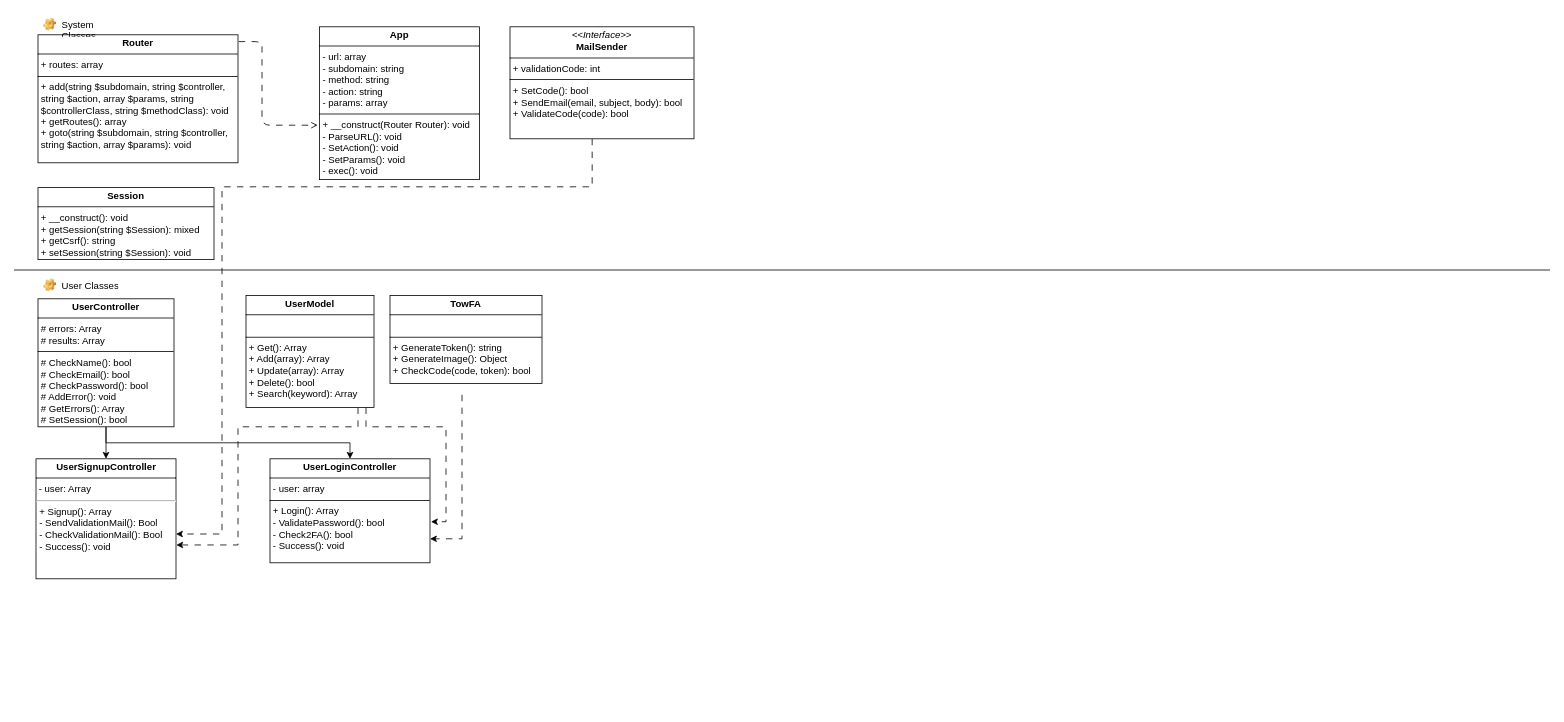
This is docs/Untitled Diagram.drawio from mohamedsaleh077/store.com, a draw.io file, before an edit. Source tidied: cells renumbered, new cells numbered last; positions are measured from the earlier drawing's top-left corner, leaving out a move shared by most shapes. Both pictures are drawn from the tidied source at 80%, with x=0, y=0 at pixel (14, 14).
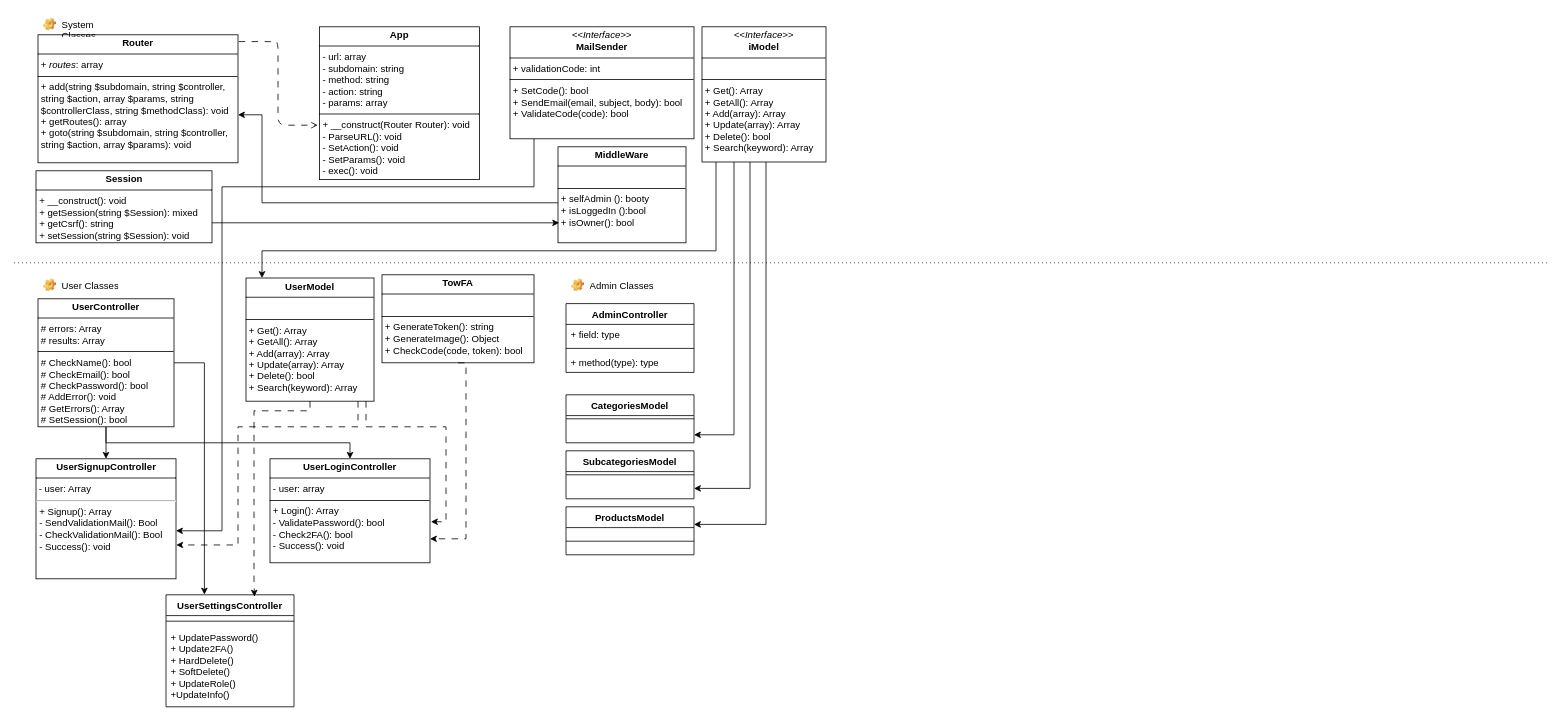
After the change.

The change refers to these unchanged cells:
```xml
<mxCell id="2" value="&lt;p style=&quot;margin:0px;margin-top:4px;text-align:center;&quot;&gt;&lt;b&gt;App&lt;/b&gt;&lt;/p&gt;&lt;hr size=&quot;1&quot; style=&quot;border-style:solid;&quot;&gt;&lt;p style=&quot;margin:0px;margin-left:4px;&quot;&gt;- url: array&lt;/p&gt;&lt;p style=&quot;margin:0px;margin-left:4px;&quot;&gt;- subdomain: string&lt;/p&gt;&lt;p style=&quot;margin:0px;margin-left:4px;&quot;&gt;- method: string&lt;/p&gt;&lt;p style=&quot;margin:0px;margin-left:4px;&quot;&gt;- action: string&lt;/p&gt;&lt;p style=&quot;margin:0px;margin-left:4px;&quot;&gt;- params: array&lt;/p&gt;&lt;hr size=&quot;1&quot; style=&quot;border-style:solid;&quot;&gt;&lt;p style=&quot;margin:0px;margin-left:4px;&quot;&gt;+ __construct(Router Router): void&lt;/p&gt;&lt;p style=&quot;margin:0px;margin-left:4px;&quot;&gt;-&amp;nbsp;ParseURL(): void&lt;/p&gt;&lt;p style=&quot;margin:0px;margin-left:4px;&quot;&gt;-&amp;nbsp;SetAction(): void&lt;/p&gt;&lt;p style=&quot;margin:0px;margin-left:4px;&quot;&gt;-&amp;nbsp;SetParams(): void&lt;/p&gt;&lt;p style=&quot;margin:0px;margin-left:4px;&quot;&gt;- exec(): void&lt;/p&gt;" style="verticalAlign=top;align=left;overflow=fill;html=1;whiteSpace=wrap;" parent="1" vertex="1">
  <mxGeometry x="382" y="16" width="200" height="191" as="geometry" />
</mxCell>
<mxCell id="8" value="&lt;p style=&quot;margin:0px;margin-top:4px;text-align:center;&quot;&gt;&lt;b&gt;UserController&lt;/b&gt;&lt;/p&gt;&lt;hr size=&quot;1&quot; style=&quot;border-style:solid;&quot;&gt;&lt;p style=&quot;margin:0px;margin-left:4px;&quot;&gt;# errors: Array&lt;/p&gt;&lt;p style=&quot;margin:0px;margin-left:4px;&quot;&gt;# results: Array&lt;/p&gt;&lt;hr size=&quot;1&quot; style=&quot;border-style:solid;&quot;&gt;&lt;p style=&quot;margin:0px;margin-left:4px;&quot;&gt;# CheckName(): bool&lt;/p&gt;&lt;p style=&quot;margin:0px;margin-left:4px;&quot;&gt;# CheckEmail(): bool&lt;/p&gt;&lt;p style=&quot;margin:0px;margin-left:4px;&quot;&gt;# CheckPassword(): bool&lt;/p&gt;&lt;p style=&quot;margin:0px;margin-left:4px;&quot;&gt;# AddError(): void&lt;/p&gt;&lt;p style=&quot;margin:0px;margin-left:4px;&quot;&gt;# GetErrors(): Array&lt;/p&gt;&lt;p style=&quot;margin:0px;margin-left:4px;&quot;&gt;# SetSession(): bool&lt;/p&gt;" style="verticalAlign=top;align=left;overflow=fill;html=1;whiteSpace=wrap;" parent="1" vertex="1">
  <mxGeometry x="30" y="356" width="170" height="160" as="geometry" />
</mxCell>
<mxCell id="11" value="&lt;p style=&quot;margin:0px;margin-top:4px;text-align:center;&quot;&gt;&lt;b&gt;UserSignupController&lt;/b&gt;&lt;/p&gt;&lt;hr size=&quot;1&quot; style=&quot;border-style:solid;&quot;&gt;&amp;nbsp;- user: Array&lt;br&gt;&lt;p style=&quot;margin:0px;margin-left:4px;&quot;&gt;&lt;/p&gt;&lt;hr&gt;&lt;p style=&quot;margin:0px;margin-left:4px;&quot;&gt;+ Signup(): Array&lt;/p&gt;&lt;p style=&quot;margin:0px;margin-left:4px;&quot;&gt;- SendValidationMail(): Bool&lt;/p&gt;&lt;p style=&quot;margin:0px;margin-left:4px;&quot;&gt;- CheckValidationMail(): Bool&lt;/p&gt;&lt;p style=&quot;margin:0px;margin-left:4px;&quot;&gt;- Success(): void&lt;/p&gt;" style="verticalAlign=top;align=left;overflow=fill;html=1;whiteSpace=wrap;" parent="1" vertex="1">
  <mxGeometry x="27.5" y="556" width="175" height="150" as="geometry" />
</mxCell>
```

The edit, as a diff of the source:
```diff
@@
-    <mxCell id="3" value="&lt;p style=&quot;margin:0px;margin-top:4px;text-align:center;&quot;&gt;&lt;b&gt;Router&lt;/b&gt;&lt;/p&gt;&lt;hr size=&quot;1&quot; style=&quot;border-style:solid;&quot;&gt;&lt;p style=&quot;margin:0px;margin-left:4px;&quot;&gt;+ routes: array&lt;/p&gt;&lt;hr size=&quot;1&quot; style=&quot;border-style:solid;&quot;&gt;&lt;p style=&quot;margin:0px;margin-left:4px;&quot;&gt;+ add(string $subdomain, string $controller, string $action, array $params, string $controllerClass, string $methodClass): void&lt;/p&gt;&lt;p style=&quot;margin:0px;margin-left:4px;&quot;&gt;+ getRoutes(): array&lt;/p&gt;&lt;p style=&quot;margin:0px;margin-left:4px;&quot;&gt;+ goto(&lt;span style=&quot;background-color: transparent; color: light-dark(rgb(0, 0, 0), rgb(255, 255, 255));&quot;&gt;string $subdomain, string $controller, string $action, array $params): void&lt;/span&gt;&lt;/p&gt;" style="verticalAlign=top;align=left;overflow=fill;html=1;whiteSpace=wrap;" parent="1" vertex="1">
+    <mxCell id="3" value="&lt;p style=&quot;margin:0px;margin-top:4px;text-align:center;&quot;&gt;&lt;b&gt;Router&lt;/b&gt;&lt;/p&gt;&lt;hr size=&quot;1&quot; style=&quot;border-style:solid;&quot;&gt;&lt;p style=&quot;margin:0px;margin-left:4px;&quot;&gt;+ &lt;i&gt;routes&lt;/i&gt;: array&lt;/p&gt;&lt;hr size=&quot;1&quot; style=&quot;border-style:solid;&quot;&gt;&lt;p style=&quot;margin:0px;margin-left:4px;&quot;&gt;+ add(string $subdomain, string $controller, string $action, array $params, string $controllerClass, string $methodClass): void&lt;/p&gt;&lt;p style=&quot;margin:0px;margin-left:4px;&quot;&gt;+ getRoutes(): array&lt;/p&gt;&lt;p style=&quot;margin:0px;margin-left:4px;&quot;&gt;+ goto(&lt;span style=&quot;background-color: transparent; color: light-dark(rgb(0, 0, 0), rgb(255, 255, 255));&quot;&gt;string $subdomain, string $controller, string $action, array $params): void&lt;/span&gt;&lt;/p&gt;" style="verticalAlign=top;align=left;overflow=fill;html=1;whiteSpace=wrap;" parent="1" vertex="1">
       <mxGeometry x="30" y="26" width="250" height="160" as="geometry" />
     </mxCell>
     <mxCell id="4" style="endArrow=open;endFill=0;html=1;edgeStyle=orthogonalEdgeStyle;align=left;verticalAlign=top;rounded=1;exitX=1.004;exitY=0.053;exitDx=0;exitDy=0;exitPerimeter=0;dashed=1;dashPattern=8 8;curved=0;entryX=-0.012;entryY=0.644;entryDx=0;entryDy=0;entryPerimeter=0;" parent="1" edge="1" source="3" target="2">
       <mxGeometry x="-1" relative="1" as="geometry">
         <Array as="points">
-          <mxPoint x="310" y="45" />
-          <mxPoint x="310" y="139" />
-          <mxPoint x="348" y="139" />
+          <mxPoint x="320" y="35" />
+          <mxPoint x="330" y="35" />
+          <mxPoint x="330" y="139" />
         </Array>
       </mxGeometry>
     </mxCell>
     <mxCell id="5" value="&lt;p style=&quot;margin:0px;margin-top:4px;text-align:center;&quot;&gt;&lt;b&gt;Session&lt;/b&gt;&lt;/p&gt;&lt;hr size=&quot;1&quot; style=&quot;border-style:solid;&quot;&gt;&lt;p style=&quot;margin:0px;margin-left:4px;&quot;&gt;+ __construct(): void&lt;/p&gt;&lt;p style=&quot;margin:0px;margin-left:4px;&quot;&gt;+ getSession(string $Session): mixed&lt;/p&gt;&lt;p style=&quot;margin:0px;margin-left:4px;&quot;&gt;+ getCsrf(): string&lt;/p&gt;&lt;p style=&quot;margin:0px;margin-left:4px;&quot;&gt;+ setSession(string $Session): void&lt;/p&gt;" style="verticalAlign=top;align=left;overflow=fill;html=1;whiteSpace=wrap;" parent="1" vertex="1">
-      <mxGeometry x="30" y="217" width="220" height="90" as="geometry" />
+      <mxGeometry x="27.5" y="196" width="220" height="90" as="geometry" />
     </mxCell>
@@
-    <mxCell id="12" value="&amp;nbsp; &amp;nbsp; &amp;nbsp; &amp;nbsp; &amp;nbsp; " style="edgeStyle=orthogonalEdgeStyle;rounded=0;jettySize=auto;html=1;dashed=1;dashPattern=8 8;" parent="1" edge="1" target="11">
-      <mxGeometry x="-0.01" y="10" relative="1" as="geometry">
-        <mxPoint x="722.7" y="156" as="sourcePoint" />
+    <mxCell id="12" value="&amp;nbsp; &amp;nbsp; &amp;nbsp; &amp;nbsp; &amp;nbsp; " style="edgeStyle=orthogonalEdgeStyle;rounded=0;orthogonalLoop=1;jettySize=auto;html=1;" parent="1" edge="1">
+      <mxGeometry x="-0.12" y="-16" relative="1" as="geometry">
+        <mxPoint x="650" y="146" as="sourcePoint" />
+        <mxPoint x="202.5" y="646" as="targetPoint" />
         <Array as="points">
-          <mxPoint x="723" y="216" />
+          <mxPoint x="650" y="216" />
           <mxPoint x="260" y="216" />
-          <mxPoint x="260" y="650" />
+          <mxPoint x="260" y="646" />
         </Array>
       </mxGeometry>
     </mxCell>
@@
-    <mxCell id="15" value="&lt;p style=&quot;margin:0px;margin-top:4px;text-align:center;&quot;&gt;&lt;b&gt;UserModel&lt;/b&gt;&lt;/p&gt;&lt;hr size=&quot;1&quot; style=&quot;border-style:solid;&quot;&gt;&lt;p style=&quot;margin:0px;margin-left:4px;&quot;&gt;&lt;br&gt;&lt;/p&gt;&lt;hr size=&quot;1&quot; style=&quot;border-style:solid;&quot;&gt;&lt;p style=&quot;margin:0px;margin-left:4px;&quot;&gt;+ Get(): Array&lt;/p&gt;&lt;p style=&quot;margin:0px;margin-left:4px;&quot;&gt;+ Add(array): Array&lt;/p&gt;&lt;p style=&quot;margin:0px;margin-left:4px;&quot;&gt;+ Update(array): Array&lt;/p&gt;&lt;p style=&quot;margin:0px;margin-left:4px;&quot;&gt;+ Delete(): bool&lt;/p&gt;&lt;p style=&quot;margin:0px;margin-left:4px;&quot;&gt;+ Search(keyword): Array&lt;/p&gt;" style="verticalAlign=top;align=left;overflow=fill;html=1;whiteSpace=wrap;" parent="1" vertex="1">
-      <mxGeometry x="290" y="352" width="160" height="140" as="geometry" />
+    <mxCell id="15" value="&lt;p style=&quot;margin:0px;margin-top:4px;text-align:center;&quot;&gt;&lt;b&gt;UserModel&lt;/b&gt;&lt;/p&gt;&lt;hr size=&quot;1&quot; style=&quot;border-style:solid;&quot;&gt;&lt;p style=&quot;margin:0px;margin-left:4px;&quot;&gt;&lt;br&gt;&lt;/p&gt;&lt;hr size=&quot;1&quot; style=&quot;border-style:solid;&quot;&gt;&lt;p style=&quot;margin:0px;margin-left:4px;&quot;&gt;+ Get(): Array&lt;/p&gt;&lt;p style=&quot;margin:0px;margin-left:4px;&quot;&gt;+ GetAll(): Array&lt;/p&gt;&lt;p style=&quot;margin:0px;margin-left:4px;&quot;&gt;+ Add(array): Array&lt;/p&gt;&lt;p style=&quot;margin:0px;margin-left:4px;&quot;&gt;+ Update(array): Array&lt;/p&gt;&lt;p style=&quot;margin:0px;margin-left:4px;&quot;&gt;+ Delete(): bool&lt;/p&gt;&lt;p style=&quot;margin:0px;margin-left:4px;&quot;&gt;+ Search(keyword): Array&lt;/p&gt;" style="verticalAlign=top;align=left;overflow=fill;html=1;whiteSpace=wrap;" parent="1" vertex="1">
+      <mxGeometry x="290" y="330" width="160" height="154" as="geometry" />
     </mxCell>
     <mxCell id="16" value="&lt;p style=&quot;margin:0px;margin-top:4px;text-align:center;&quot;&gt;&lt;b&gt;TowFA&lt;/b&gt;&lt;/p&gt;&lt;hr size=&quot;1&quot; style=&quot;border-style:solid;&quot;&gt;&lt;p style=&quot;margin:0px;margin-left:4px;&quot;&gt;&lt;br&gt;&lt;/p&gt;&lt;hr size=&quot;1&quot; style=&quot;border-style:solid;&quot;&gt;&lt;p style=&quot;margin:0px;margin-left:4px;&quot;&gt;+ GenerateToken(): string&lt;/p&gt;&lt;p style=&quot;margin:0px;margin-left:4px;&quot;&gt;+ GenerateImage(): Object&lt;/p&gt;&lt;p style=&quot;margin:0px;margin-left:4px;&quot;&gt;+ CheckCode(code, token): bool&lt;/p&gt;" style="verticalAlign=top;align=left;overflow=fill;html=1;whiteSpace=wrap;" parent="1" vertex="1">
-      <mxGeometry x="470" y="352" width="190" height="110" as="geometry" />
+      <mxGeometry x="460" y="326" width="190" height="110" as="geometry" />
     </mxCell>
@@
-    <mxCell id="18" style="edgeStyle=orthogonalEdgeStyle;rounded=0;orthogonalLoop=1;jettySize=auto;html=1;dashed=1;dashPattern=8 8;" parent="1" edge="1">
+    <mxCell id="18" style="edgeStyle=orthogonalEdgeStyle;rounded=0;jettySize=auto;html=1;dashed=1;dashPattern=8 8;exitX=0.5;exitY=1;exitDx=0;exitDy=0;" parent="1" edge="1" source="16">
       <mxGeometry relative="1" as="geometry">
-        <mxPoint x="560" y="476" as="sourcePoint" />
         <mxPoint x="520" y="656" as="targetPoint" />
         <Array as="points">
-          <mxPoint x="560" y="656" />
-          <mxPoint x="522" y="656" />
+          <mxPoint x="565" y="656" />
         </Array>
       </mxGeometry>
     </mxCell>
@@
-    <mxCell id="20" style="line;strokeWidth=1;fillColor=none;align=left;verticalAlign=middle;spacingTop=-1;spacingLeft=3;spacingRight=3;labelPosition=right;strokeColor=inherit;" parent="1" vertex="1">
-      <mxGeometry y="316" width="1920" height="8" as="geometry" />
+    <mxCell id="20" style="line;strokeWidth=1;fillColor=none;align=left;verticalAlign=middle;spacingTop=-1;spacingLeft=3;spacingRight=3;labelPosition=right;strokeColor=inherit;dashed=1;dashPattern=1 4;" parent="1" vertex="1">
+      <mxGeometry y="307" width="1920" height="8" as="geometry" />
     </mxCell>
+    <mxCell id="21" style="edgeStyle=orthogonalEdgeStyle;rounded=0;orthogonalLoop=1;jettySize=auto;html=1;" parent="1" edge="1">
+      <mxGeometry relative="1" as="geometry">
+        <mxPoint x="877.5" y="185" as="sourcePoint" />
+        <mxPoint x="310" y="330" as="targetPoint" />
+        <Array as="points">
+          <mxPoint x="878" y="296" />
+          <mxPoint x="310" y="296" />
+        </Array>
+      </mxGeometry>
+    </mxCell>
+    <mxCell id="22" style="edgeStyle=orthogonalEdgeStyle;rounded=0;jettySize=auto;html=1;" parent="1" edge="1" source="25" target="39">
+      <mxGeometry relative="1" as="geometry">
+        <Array as="points">
+          <mxPoint x="900" y="526" />
+        </Array>
+      </mxGeometry>
+    </mxCell>
+    <mxCell id="23" style="edgeStyle=orthogonalEdgeStyle;rounded=0;jettySize=auto;html=1;entryX=1;entryY=0.5;entryDx=0;entryDy=0;" parent="1" edge="1" source="25" target="44">
+      <mxGeometry relative="1" as="geometry">
+        <Array as="points">
+          <mxPoint x="920" y="593" />
+        </Array>
+      </mxGeometry>
+    </mxCell>
+    <mxCell id="24" style="edgeStyle=orthogonalEdgeStyle;rounded=0;orthogonalLoop=1;jettySize=auto;html=1;entryX=1;entryY=0.25;entryDx=0;entryDy=0;" parent="1" edge="1">
+      <mxGeometry relative="1" as="geometry">
+        <mxPoint x="992.5" y="176" as="sourcePoint" />
+        <mxPoint x="850" y="638" as="targetPoint" />
+        <Array as="points">
+          <mxPoint x="940" y="176" />
+          <mxPoint x="940" y="638" />
+        </Array>
+      </mxGeometry>
+    </mxCell>
+    <mxCell id="25" value="&lt;p style=&quot;margin:0px;margin-top:4px;text-align:center;&quot;&gt;&lt;i&gt;&amp;lt;&amp;lt;Interface&amp;gt;&amp;gt;&lt;/i&gt;&lt;br&gt;&lt;b&gt;iModel&lt;/b&gt;&lt;/p&gt;&lt;hr size=&quot;1&quot; style=&quot;border-style:solid;&quot;&gt;&lt;p style=&quot;margin:0px;margin-left:4px;&quot;&gt;&lt;br&gt;&lt;/p&gt;&lt;hr size=&quot;1&quot; style=&quot;border-style:solid;&quot;&gt;&lt;p style=&quot;margin: 0px 0px 0px 4px;&quot;&gt;+ Get(): Array&lt;/p&gt;&lt;p style=&quot;margin: 0px 0px 0px 4px;&quot;&gt;+ GetAll(): Array&lt;/p&gt;&lt;p style=&quot;margin: 0px 0px 0px 4px;&quot;&gt;+ Add(array): Array&lt;/p&gt;&lt;p style=&quot;margin: 0px 0px 0px 4px;&quot;&gt;+ Update(array): Array&lt;/p&gt;&lt;p style=&quot;margin: 0px 0px 0px 4px;&quot;&gt;+ Delete(): bool&lt;/p&gt;&lt;p style=&quot;margin: 0px 0px 0px 4px;&quot;&gt;+ Search(keyword): Array&lt;/p&gt;" style="verticalAlign=top;align=left;overflow=fill;html=1;whiteSpace=wrap;" parent="1" vertex="1">
+      <mxGeometry x="860" y="16" width="155" height="169" as="geometry" />
+    </mxCell>
+    <mxCell id="26" value="UserSettingsController" style="swimlane;fontStyle=1;align=center;verticalAlign=top;horizontal=1;startSize=26;whiteSpace=wrap;html=1;" parent="1" vertex="1">
+      <mxGeometry x="190" y="726" width="160" height="140" as="geometry" />
+    </mxCell>
+    <mxCell id="27" value="&#10;" style="line;strokeWidth=1;fillColor=none;align=left;verticalAlign=middle;spacingTop=-1;spacingLeft=3;spacingRight=3;labelPosition=right;strokeColor=inherit;" parent="26" vertex="1">
+      <mxGeometry y="26" width="160" height="14" as="geometry" />
+    </mxCell>
+    <mxCell id="28" value="+ UpdatePassword()&lt;div&gt;+ Update2FA()&lt;br&gt;+ HardDelete()&lt;br&gt;+ SoftDelete()&lt;br&gt;+ UpdateRole()&lt;/div&gt;&lt;div&gt;+UpdateInfo()&lt;/div&gt;" style="text;strokeColor=none;fillColor=none;align=left;verticalAlign=top;spacingLeft=4;spacingRight=4;overflow=hidden;whiteSpace=wrap;html=1;" parent="26" vertex="1">
+      <mxGeometry y="40" width="160" height="100" as="geometry" />
+    </mxCell>
+    <mxCell id="29" style="edgeStyle=orthogonalEdgeStyle;rounded=0;jettySize=auto;html=1;entryX=0.691;entryY=0.016;entryDx=0;entryDy=0;entryPerimeter=0;dashed=1;dashPattern=8 8;" parent="1" edge="1" source="15" target="26">
+      <mxGeometry relative="1" as="geometry">
+        <Array as="points">
+          <mxPoint x="370" y="496" />
+          <mxPoint x="300" y="496" />
+          <mxPoint x="300" y="707" />
+        </Array>
+      </mxGeometry>
+    </mxCell>
+    <mxCell id="30" value="Admin Classes&lt;br&gt;&lt;div&gt;&lt;br&gt;&lt;/div&gt;" style="label;fontStyle=0;strokeColor=none;fillColor=none;align=left;verticalAlign=top;overflow=hidden;spacingLeft=28;spacingRight=4;imageWidth=16;imageHeight=16;whiteSpace=wrap;html=1;image=img/clipart/Gear_128x128.png;" parent="1" vertex="1">
+      <mxGeometry x="690" y="326" width="120" height="26" as="geometry" />
+    </mxCell>
+    <mxCell id="31" value="&lt;p style=&quot;margin:0px;margin-top:4px;text-align:center;&quot;&gt;&lt;b&gt;MiddleWare&lt;/b&gt;&lt;/p&gt;&lt;hr size=&quot;1&quot; style=&quot;border-style:solid;&quot;&gt;&lt;p style=&quot;margin:0px;margin-left:4px;&quot;&gt;&lt;br&gt;&lt;/p&gt;&lt;hr size=&quot;1&quot; style=&quot;border-style:solid;&quot;&gt;&lt;p style=&quot;margin:0px;margin-left:4px;&quot;&gt;+ selfAdmin (): booty&lt;/p&gt;&lt;p style=&quot;margin:0px;margin-left:4px;&quot;&gt;+ isLoggedIn ():bool&lt;/p&gt;&lt;p style=&quot;margin:0px;margin-left:4px;&quot;&gt;+ isOwner(): bool&lt;/p&gt;&lt;p style=&quot;margin:0px;margin-left:4px;&quot;&gt;&lt;br&gt;&lt;/p&gt;" style="verticalAlign=top;align=left;overflow=fill;html=1;whiteSpace=wrap;" parent="1" vertex="1">
+      <mxGeometry x="680" y="166" width="160" height="120" as="geometry" />
+    </mxCell>
+    <mxCell id="32" style="edgeStyle=orthogonalEdgeStyle;rounded=0;jettySize=auto;html=1;entryX=1;entryY=0.625;entryDx=0;entryDy=0;entryPerimeter=0;" parent="1" edge="1" source="31" target="3">
+      <mxGeometry relative="1" as="geometry">
+        <Array as="points">
+          <mxPoint x="310" y="236" />
+          <mxPoint x="310" y="126" />
+        </Array>
+      </mxGeometry>
+    </mxCell>
+    <mxCell id="33" style="edgeStyle=orthogonalEdgeStyle;rounded=0;jettySize=auto;html=1;entryX=0.009;entryY=0.792;entryDx=0;entryDy=0;entryPerimeter=0;" parent="1" edge="1" source="5" target="31">
+      <mxGeometry relative="1" as="geometry">
+        <Array as="points">
+          <mxPoint x="360" y="261" />
+          <mxPoint x="360" y="261" />
+        </Array>
+      </mxGeometry>
+    </mxCell>
+    <mxCell id="34" style="edgeStyle=orthogonalEdgeStyle;rounded=0;jettySize=auto;html=1;entryX=0.3;entryY=-0.002;entryDx=0;entryDy=0;entryPerimeter=0;" parent="1" edge="1" source="8" target="26">
+      <mxGeometry relative="1" as="geometry">
+        <Array as="points">
+          <mxPoint x="238" y="436" />
+        </Array>
+      </mxGeometry>
+    </mxCell>
+    <mxCell id="35" value="AdminController" style="swimlane;fontStyle=1;align=center;verticalAlign=top;horizontal=1;startSize=26;whiteSpace=wrap;html=1;" parent="1" vertex="1">
+      <mxGeometry x="690" y="362" width="160" height="86" as="geometry" />
+    </mxCell>
+    <mxCell id="36" value="+ field: type" style="text;strokeColor=none;fillColor=none;align=left;verticalAlign=top;spacingLeft=4;spacingRight=4;overflow=hidden;whiteSpace=wrap;html=1;" parent="35" vertex="1">
+      <mxGeometry y="26" width="160" height="26" as="geometry" />
+    </mxCell>
+    <mxCell id="37" style="line;strokeWidth=1;fillColor=none;align=left;verticalAlign=middle;spacingTop=-1;spacingLeft=3;spacingRight=3;labelPosition=right;strokeColor=inherit;" parent="35" vertex="1">
+      <mxGeometry y="52" width="160" height="8" as="geometry" />
+    </mxCell>
+    <mxCell id="38" value="+ method(type): type" style="text;strokeColor=none;fillColor=none;align=left;verticalAlign=top;spacingLeft=4;spacingRight=4;overflow=hidden;whiteSpace=wrap;html=1;" parent="35" vertex="1">
+      <mxGeometry y="60" width="160" height="26" as="geometry" />
+    </mxCell>
+    <mxCell id="39" value="CategoriesModel" style="swimlane;fontStyle=1;align=center;verticalAlign=top;horizontal=1;startSize=26;whiteSpace=wrap;html=1;" parent="1" vertex="1">
+      <mxGeometry x="690" y="476" width="160" height="60" as="geometry" />
+    </mxCell>
+    <mxCell id="40" style="line;strokeWidth=1;fillColor=none;align=left;verticalAlign=middle;spacingTop=-1;spacingLeft=3;spacingRight=3;labelPosition=right;strokeColor=inherit;" parent="39" vertex="1">
+      <mxGeometry y="26" width="160" height="8" as="geometry" />
+    </mxCell>
+    <mxCell id="41" value="&lt;div&gt;&lt;br&gt;&lt;/div&gt;" style="text;strokeColor=none;fillColor=none;align=left;verticalAlign=top;spacingLeft=4;spacingRight=4;overflow=hidden;whiteSpace=wrap;html=1;" parent="39" vertex="1">
+      <mxGeometry y="34" width="160" height="26" as="geometry" />
+    </mxCell>
+    <mxCell id="42" value="SubcategoriesModel" style="swimlane;fontStyle=1;align=center;verticalAlign=top;horizontal=1;startSize=26;whiteSpace=wrap;html=1;" parent="1" vertex="1">
+      <mxGeometry x="690" y="546" width="160" height="60" as="geometry" />
+    </mxCell>
+    <mxCell id="43" style="line;strokeWidth=1;fillColor=none;align=left;verticalAlign=middle;spacingTop=-1;spacingLeft=3;spacingRight=3;labelPosition=right;strokeColor=inherit;" parent="42" vertex="1">
+      <mxGeometry y="26" width="160" height="8" as="geometry" />
+    </mxCell>
+    <mxCell id="44" value="&lt;div&gt;&lt;br&gt;&lt;/div&gt;" style="text;strokeColor=none;fillColor=none;align=left;verticalAlign=top;spacingLeft=4;spacingRight=4;overflow=hidden;points=[[0,0.5],[1,0.5]];portConstraint=eastwest;whiteSpace=wrap;html=1;" parent="42" vertex="1">
+      <mxGeometry y="34" width="160" height="26" as="geometry" />
+    </mxCell>
+    <mxCell id="45" value="ProductsModel" style="swimlane;fontStyle=1;align=center;verticalAlign=top;horizontal=1;startSize=26;whiteSpace=wrap;html=1;" parent="1" vertex="1">
+      <mxGeometry x="690" y="616" width="160" height="60" as="geometry" />
+    </mxCell>
+    <mxCell id="46" style="line;strokeWidth=1;fillColor=none;align=left;verticalAlign=middle;spacingTop=-1;spacingLeft=3;spacingRight=3;labelPosition=right;strokeColor=inherit;" parent="45" vertex="1">
+      <mxGeometry y="26" width="160" height="34" as="geometry" />
+    </mxCell>
```
